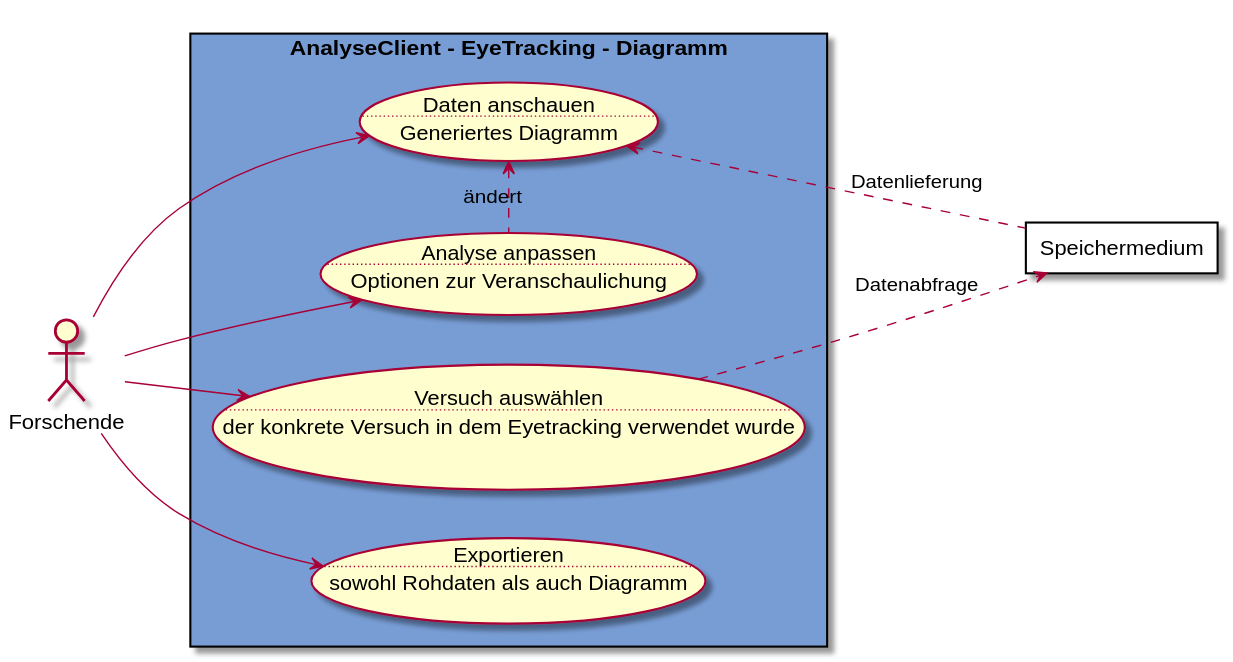
weichware10/meilensteine keeps this PlantUML diagram as meilenstein_05/usecase-analyse-eyetracking/usecase-analyse-eyetracking.svg. Above is the earlier version. Source of this version:
```plantuml
@startuml Analyse-Eyetracking
left to right direction

actor Forschende as f

rectangle "AnalyseClient - EyeTracking - Diagramm" #789dd5 {
    usecase va as "Versuch auswählen
    ..
    der konkrete Versuch in dem Eyetracking verwendet wurde"
    usecase da as "Daten anschauen
    ..
    Generiertes Diagramm"
    usecase aa as "Analyse anpassen
    ..
    Optionen zur Veranschaulichung"
    usecase ex as "Exportieren
    ..
    sowohl Rohdaten als auch Diagramm"
}

rectangle Speichermedium as s #FFFFFF

f --> da
f --> aa
f --> ex
f --> va


va ..> s : Datenabfrage
s .l.> da : Datenlieferung


da <.r. aa : ändert


@enduml
```
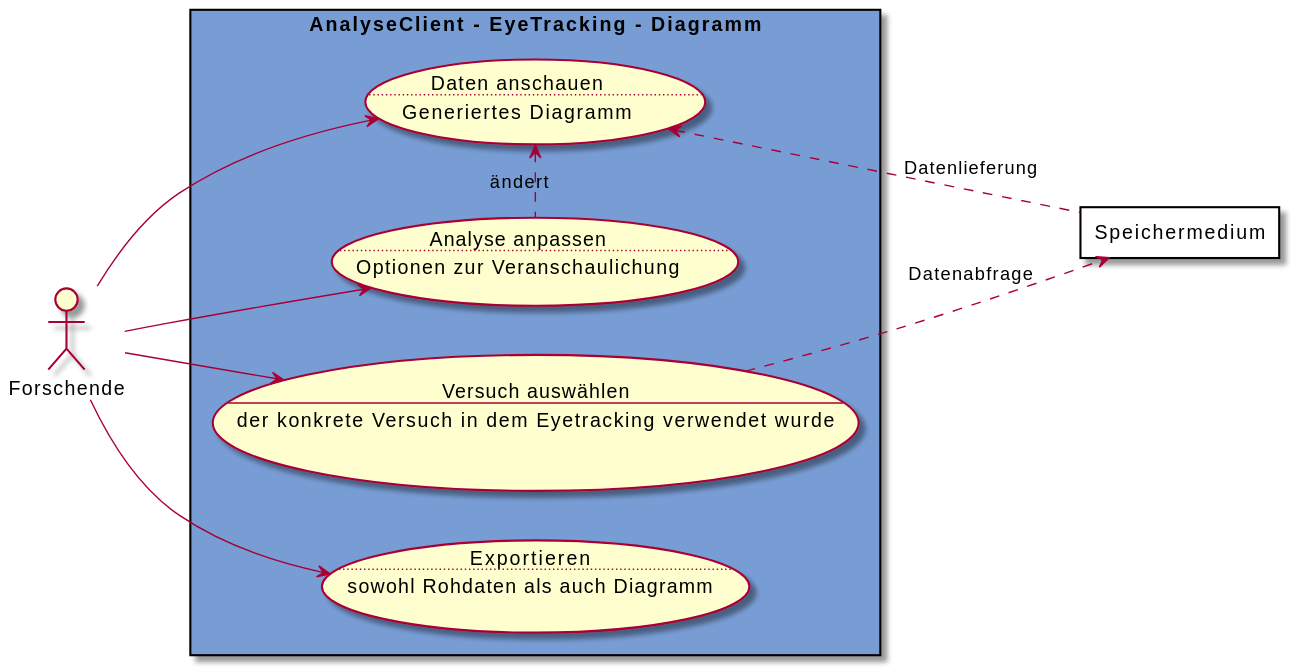
After the change.

Commit message:
rendered SVGs

The edit, as a diff of the source:
```diff
@@ -1,11 +1,11 @@
-@startuml Analyse-Eyetracking
+@startuml
 left to right direction
 
 actor Forschende as f
 
 rectangle "AnalyseClient - EyeTracking - Diagramm" #789dd5 {
     usecase va as "Versuch auswählen
-    ..
+    --
     der konkrete Versuch in dem Eyetracking verwendet wurde"
     usecase da as "Daten anschauen
     ..
@@ -31,6 +31,4 @@
 
 
 da <.r. aa : ändert
-
-
 @enduml
```
